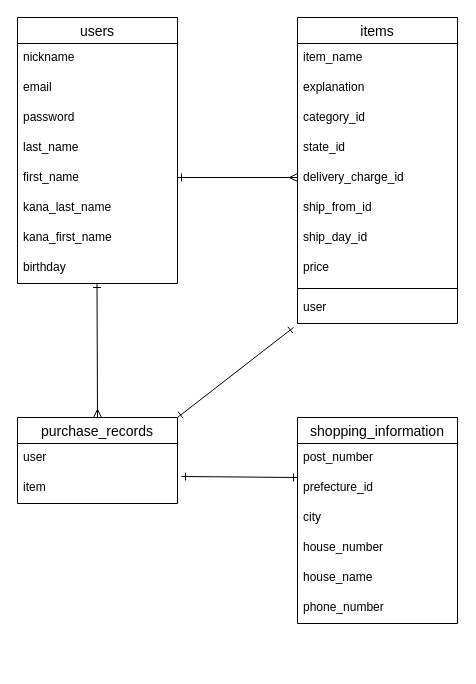
Earlier version of the draw.io diagram ER.dio (fusgpk-lgtm/furima-46337). Source tidied: cells renumbered, new cells numbered last; positions are measured from the earlier drawing's top-left corner, leaving out a move shared by most shapes. Both pictures are drawn from the tidied source at 100%, with x=0, y=0 at pixel (17, 17).
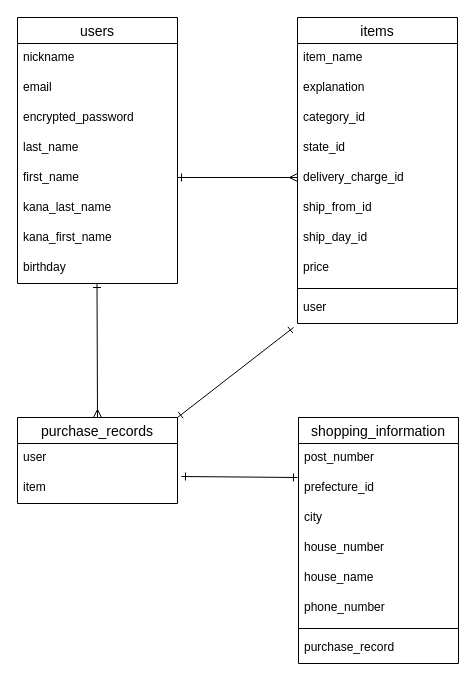
The same page after the edit.

Unchanged cells that the change refers to:
```xml
<mxCell id="2" value="users" style="swimlane;fontStyle=0;horizontal=1;startSize=26;align=center;fontSize=14;" parent="1" vertex="1">
  <mxGeometry width="160" height="266" as="geometry" />
</mxCell>
```

Change to the diagram source:
```diff
@@
-    <mxCell id="5" value="password&lt;div&gt;&lt;br&gt;&lt;/div&gt;&lt;div&gt;&lt;br&gt;&lt;/div&gt;" style="text;strokeColor=none;fillColor=none;spacingLeft=4;spacingRight=4;overflow=hidden;fontSize=12;whiteSpace=wrap;html=1;" parent="2" vertex="1">
+    <mxCell id="5" value="encrypted_password" style="text;strokeColor=none;fillColor=none;spacingLeft=4;spacingRight=4;overflow=hidden;fontSize=12;whiteSpace=wrap;html=1;" parent="2" vertex="1">
       <mxGeometry y="86" width="160" height="30" as="geometry" />
     </mxCell>
@@
     <mxCell id="22" value="shopping_information" style="swimlane;fontStyle=0;horizontal=1;startSize=26;align=center;fontSize=14;" parent="1" vertex="1">
-      <mxGeometry x="280" y="400" width="160" height="206" as="geometry" />
+      <mxGeometry x="281" y="400" width="160" height="246" as="geometry" />
     </mxCell>
@@
+    <mxCell id="36" style="line;strokeWidth=1;dashed=0;labelPosition=right;align=left;verticalAlign=middle;spacingTop=0;spacingLeft=6;" parent="22" vertex="1">
+      <mxGeometry y="206" width="160" height="10" as="geometry" />
+    </mxCell>
+    <mxCell id="37" value="purchase_record" style="text;strokeColor=none;fillColor=none;spacingLeft=4;spacingRight=4;overflow=hidden;fontSize=12;whiteSpace=wrap;html=1;" parent="22" vertex="1">
+      <mxGeometry y="216" width="160" height="30" as="geometry" />
+    </mxCell>
```
